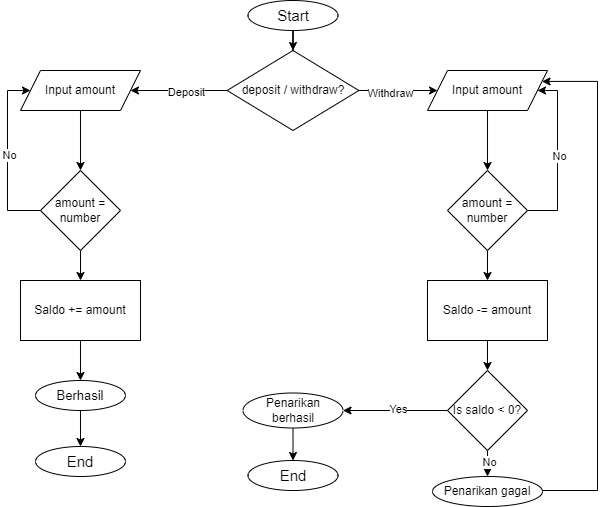
This is flowchart.png from rasyadpras/Basic-Banking-System, a draw.io export, as it was before one commit. Source tidied: cells renumbered, new cells last; positions are measured from the earlier drawing's top-left corner, leaving out a move shared by most shapes.
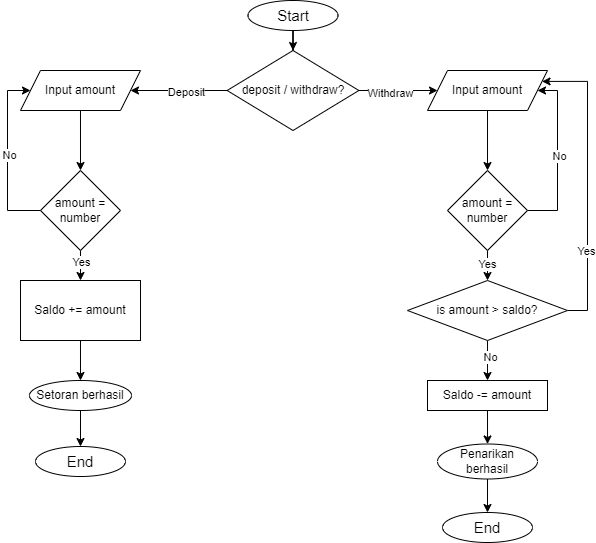
The same file after the commit.

Commit message:
revisi flowchart

Diff of the diagram source:
```diff
@@ -11,8 +11,8 @@
     <mxCell id="4" style="edgeStyle=orthogonalEdgeStyle;rounded=0;jettySize=auto;html=1;exitX=0.5;exitY=1;exitDx=0;exitDy=0;entryX=0.5;entryY=0;entryDx=0;entryDy=0;" parent="1" edge="1" source="5" target="32">
       <mxGeometry relative="1" as="geometry" />
     </mxCell>
-    <mxCell id="5" value="&lt;font style=&quot;&quot;&gt;&lt;font style=&quot;font-size: 13px;&quot;&gt;Berhasil&lt;/font&gt;&lt;br&gt;&lt;/font&gt;" style="ellipse;whiteSpace=wrap;html=1;" parent="1" vertex="1">
-      <mxGeometry x="28" y="380" width="90" height="30" as="geometry" />
+    <mxCell id="5" value="&lt;font style=&quot;&quot;&gt;&lt;font style=&quot;font-size: 12px;&quot;&gt;Setoran berhasil&lt;/font&gt;&lt;br&gt;&lt;/font&gt;" style="ellipse;whiteSpace=wrap;html=1;" parent="1" vertex="1">
+      <mxGeometry x="22" y="380" width="102" height="30" as="geometry" />
     </mxCell>
     <mxCell id="6" style="edgeStyle=orthogonalEdgeStyle;rounded=0;jettySize=auto;html=1;" parent="1" edge="1" source="10" target="12">
       <mxGeometry relative="1" as="geometry" />
@@ -52,9 +52,12 @@
     <mxCell id="16" value="No" style="edgeLabel;html=1;align=center;verticalAlign=middle;" parent="15" vertex="1">
       <mxGeometry y="-1" relative="1" as="geometry" />
     </mxCell>
-    <mxCell id="17" style="edgeStyle=orthogonalEdgeStyle;rounded=0;jettySize=auto;html=1;" parent="1" edge="1" source="18" target="24">
-      <mxGeometry relative="1" as="geometry" />
-    </mxCell>
+    <mxCell id="38" style="edgeStyle=orthogonalEdgeStyle;rounded=0;jettySize=auto;html=1;exitX=0.5;exitY=1;exitDx=0;exitDy=0;entryX=0.5;entryY=0;entryDx=0;entryDy=0;" parent="1" edge="1" source="18" target="44">
+      <mxGeometry relative="1" as="geometry" />
+    </mxCell>
+    <mxCell id="39" value="Yes" style="edgeLabel;html=1;align=center;verticalAlign=middle;" parent="38" vertex="1">
+      <mxGeometry x="-0.16" y="-1" relative="1" as="geometry" />
+    </mxCell>
     <mxCell id="18" value="amount = number" style="rhombus;whiteSpace=wrap;html=1;" parent="1" vertex="1">
       <mxGeometry x="440" y="170" width="80" height="80" as="geometry" />
     </mxCell>
@@ -72,61 +75,59 @@
     <mxCell id="21" style="edgeStyle=orthogonalEdgeStyle;rounded=0;jettySize=auto;html=1;" parent="1" edge="1" source="22" target="26">
       <mxGeometry relative="1" as="geometry" />
     </mxCell>
+    <mxCell id="40" value="Yes" style="edgeLabel;html=1;align=center;verticalAlign=middle;" parent="21" vertex="1">
+      <mxGeometry x="0.27" y="3" relative="1" as="geometry">
+        <mxPoint x="-3" as="offset" />
+      </mxGeometry>
+    </mxCell>
     <mxCell id="22" value="amount = number" style="rhombus;whiteSpace=wrap;html=1;" parent="1" vertex="1">
       <mxGeometry x="33" y="170" width="80" height="80" as="geometry" />
     </mxCell>
-    <mxCell id="23" style="edgeStyle=orthogonalEdgeStyle;rounded=0;jettySize=auto;html=1;" parent="1" edge="1" source="24" target="31">
-      <mxGeometry relative="1" as="geometry" />
-    </mxCell>
-    <mxCell id="24" value="Saldo -= amount" style="whiteSpace=wrap;html=1;" parent="1" vertex="1">
-      <mxGeometry x="420" y="280" width="120" height="60" as="geometry" />
-    </mxCell>
     <mxCell id="25" style="edgeStyle=orthogonalEdgeStyle;rounded=0;jettySize=auto;html=1;exitX=0.5;exitY=1;exitDx=0;exitDy=0;entryX=0.5;entryY=0;entryDx=0;entryDy=0;" parent="1" edge="1" source="26" target="5">
       <mxGeometry relative="1" as="geometry" />
     </mxCell>
     <mxCell id="26" value="Saldo += amount" style="whiteSpace=wrap;html=1;" parent="1" vertex="1">
       <mxGeometry x="13" y="280" width="120" height="60" as="geometry" />
     </mxCell>
-    <mxCell id="27" style="edgeStyle=orthogonalEdgeStyle;rounded=0;jettySize=auto;html=1;" parent="1" edge="1" source="31" target="34">
-      <mxGeometry relative="1" as="geometry" />
-    </mxCell>
-    <mxCell id="28" value="No" style="edgeLabel;html=1;align=center;verticalAlign=middle;" parent="27" vertex="1">
-      <mxGeometry x="0.48" y="1" relative="1" as="geometry" />
-    </mxCell>
-    <mxCell id="29" style="edgeStyle=orthogonalEdgeStyle;rounded=0;jettySize=auto;html=1;" parent="1" edge="1" source="31" target="36">
-      <mxGeometry relative="1" as="geometry" />
-    </mxCell>
-    <mxCell id="30" value="Yes" style="edgeLabel;html=1;align=center;verticalAlign=middle;" parent="29" vertex="1">
-      <mxGeometry x="-0.32" y="-2" relative="1" as="geometry">
-        <mxPoint x="-15" as="offset" />
-      </mxGeometry>
-    </mxCell>
-    <mxCell id="31" value="Is saldo &amp;lt; 0?" style="rhombus;whiteSpace=wrap;html=1;" parent="1" vertex="1">
-      <mxGeometry x="440" y="370" width="80" height="80" as="geometry" />
-    </mxCell>
     <mxCell id="32" value="&lt;font style=&quot;font-size: 15px;&quot;&gt;End&lt;br&gt;&lt;/font&gt;" style="ellipse;whiteSpace=wrap;html=1;" parent="1" vertex="1">
       <mxGeometry x="28" y="446" width="90" height="30" as="geometry" />
     </mxCell>
-    <mxCell id="33" style="edgeStyle=orthogonalEdgeStyle;rounded=0;jettySize=auto;html=1;exitX=1;exitY=0.5;exitDx=0;exitDy=0;entryX=1;entryY=0.25;entryDx=0;entryDy=0;" parent="1" edge="1" source="34" target="12">
-      <mxGeometry relative="1" as="geometry">
-        <Array as="points">
-          <mxPoint x="535" y="490" />
-          <mxPoint x="590" y="490" />
-          <mxPoint x="590" y="81" />
-        </Array>
-      </mxGeometry>
-    </mxCell>
-    <mxCell id="34" value="Penarikan gagal" style="ellipse;whiteSpace=wrap;html=1;" parent="1" vertex="1">
-      <mxGeometry x="425" y="476" width="110" height="30" as="geometry" />
-    </mxCell>
     <mxCell id="35" style="edgeStyle=orthogonalEdgeStyle;rounded=0;jettySize=auto;html=1;exitX=0.5;exitY=1;exitDx=0;exitDy=0;entryX=0.5;entryY=0;entryDx=0;entryDy=0;" parent="1" edge="1" source="36" target="37">
       <mxGeometry relative="1" as="geometry" />
     </mxCell>
     <mxCell id="36" value="Penarikan berhasil" style="ellipse;whiteSpace=wrap;html=1;" parent="1" vertex="1">
-      <mxGeometry x="235.5" y="392.5" width="100" height="35" as="geometry" />
+      <mxGeometry x="430" y="443.5" width="100" height="35" as="geometry" />
     </mxCell>
     <mxCell id="37" value="&lt;font style=&quot;font-size: 15px;&quot;&gt;End&lt;br&gt;&lt;/font&gt;" style="ellipse;whiteSpace=wrap;html=1;" parent="1" vertex="1">
-      <mxGeometry x="240.5" y="460" width="90" height="30" as="geometry" />
+      <mxGeometry x="435" y="512" width="90" height="30" as="geometry" />
     </mxCell>
+    <mxCell id="41" style="edgeStyle=orthogonalEdgeStyle;rounded=0;jettySize=auto;html=1;exitX=1;exitY=0.5;exitDx=0;exitDy=0;entryX=1;entryY=0.25;entryDx=0;entryDy=0;" parent="1" edge="1" source="44" target="12">
+      <mxGeometry relative="1" as="geometry">
+        <Array as="points">
+          <mxPoint x="580" y="310" />
+          <mxPoint x="580" y="81" />
+        </Array>
+      </mxGeometry>
+    </mxCell>
+    <mxCell id="42" value="Yes" style="edgeLabel;html=1;align=center;verticalAlign=middle;" parent="41" vertex="1">
+      <mxGeometry x="-0.43" y="2" relative="1" as="geometry">
+        <mxPoint y="3" as="offset" />
+      </mxGeometry>
+    </mxCell>
+    <mxCell id="43" style="edgeStyle=orthogonalEdgeStyle;rounded=0;jettySize=auto;html=1;exitX=0.5;exitY=1;exitDx=0;exitDy=0;entryX=0.5;entryY=0;entryDx=0;entryDy=0;" parent="1" edge="1" source="44" target="24">
+      <mxGeometry relative="1" as="geometry" />
+    </mxCell>
+    <mxCell id="28" value="No" style="edgeLabel;html=1;align=center;verticalAlign=middle;" parent="43" vertex="1">
+      <mxGeometry x="-0.13" y="2" relative="1" as="geometry" />
+    </mxCell>
+    <mxCell id="44" value="is amount &amp;gt; saldo?" style="rhombus;whiteSpace=wrap;html=1;" parent="1" vertex="1">
+      <mxGeometry x="400" y="280" width="160" height="60" as="geometry" />
+    </mxCell>
+    <mxCell id="45" style="edgeStyle=orthogonalEdgeStyle;rounded=0;jettySize=auto;html=1;exitX=0.5;exitY=1;exitDx=0;exitDy=0;entryX=0.5;entryY=0;entryDx=0;entryDy=0;" parent="1" edge="1" source="24" target="36">
+      <mxGeometry relative="1" as="geometry" />
+    </mxCell>
+    <mxCell id="24" value="Saldo -= amount" style="whiteSpace=wrap;html=1;" parent="1" vertex="1">
+      <mxGeometry x="420" y="380" width="120" height="30" as="geometry" />
+    </mxCell>
   </root>
 </mxGraphModel>
```
